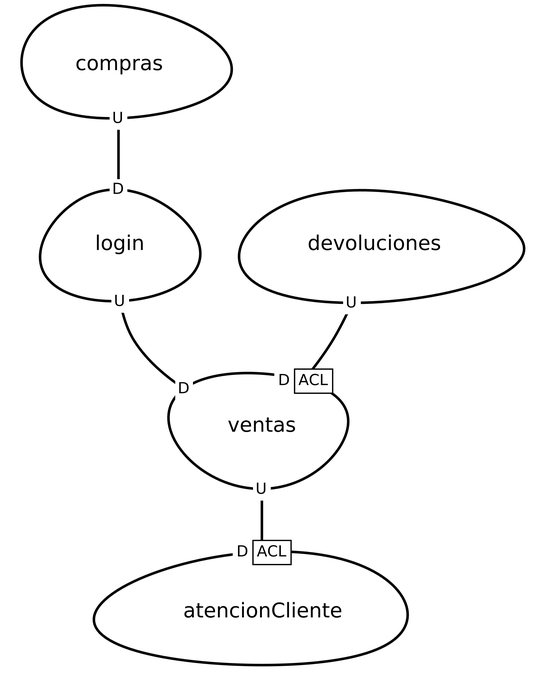
Jhonat20/LAB02_proyectoEcomerce_ContexMapper keeps this Graphviz diagram as src-gen/LAB02_proyectoEcomerce_ContexMapper_ContextMap.png. Above is the earlier version. Its source is kept beside it as src-gen/LAB02_proyectoEcomerce_ContexMapper_ContextMap.gv.
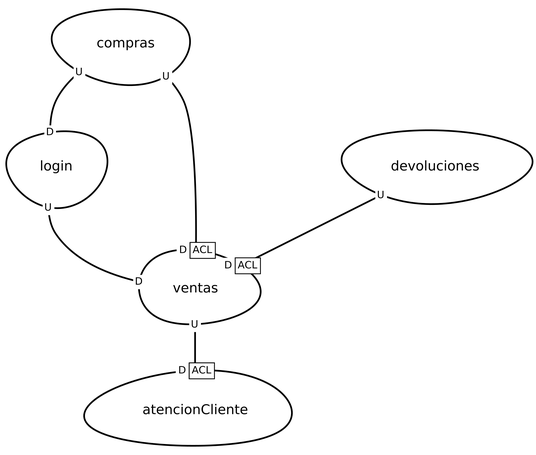
Later version of the same file.

Diff of the diagram source:
```diff
@@ -1,12 +1,17 @@
 digraph "ContextMapGraph" {
 graph ["imagepath"="/tmp/GraphvizJava"]
-"atencionCliente" ["margin"="0.3","orientation"="58","shape"="egg","fontsize"="16","style"="bold","label"="atencionCliente\n","fontname"="sans-serif"]
-"compras" ["margin"="0.3","orientation"="48","shape"="egg","fontsize"="16","style"="bold","label"="compras\n","fontname"="sans-serif"]
-"login" ["margin"="0.3","orientation"="140","shape"="egg","fontsize"="16","style"="bold","label"="login\n","fontname"="sans-serif"]
-"ventas" ["margin"="0.3","orientation"="287","shape"="egg","fontsize"="16","style"="bold","label"="ventas\n","fontname"="sans-serif"]
-"devoluciones" ["margin"="0.3","orientation"="243","shape"="egg","fontsize"="16","style"="bold","label"="devoluciones\n","fontname"="sans-serif"]
+"atencionCliente" ["margin"="0.3","orientation"="193","shape"="egg","fontsize"="16","style"="bold","label"="atencionCliente\n","fontname"="sans-serif"]
+"compras" ["margin"="0.3","orientation"="147","shape"="egg","fontsize"="16","style"="bold","label"="compras\n","fontname"="sans-serif"]
+"login" ["margin"="0.3","orientation"="200","shape"="egg","fontsize"="16","style"="bold","label"="login\n","fontname"="sans-serif"]
+"ventas" ["margin"="0.3","orientation"="42","shape"="egg","fontsize"="16","style"="bold","label"="ventas\n","fontname"="sans-serif"]
+"devoluciones" ["margin"="0.3","orientation"="287","shape"="egg","fontsize"="16","style"="bold","label"="devoluciones\n","fontname"="sans-serif"]
 "compras" -> "login" ["headlabel"=<<table cellspacing="0" cellborder="0" border="0">
 <tr><td bgcolor="white">D</td></tr>
+</table>>,"labeldistance"="0","fontsize"="12","taillabel"=<<table cellspacing="0" cellborder="0" border="0">
+<tr><td bgcolor="white">U</td></tr>
+</table>>,"style"="bold","label"="                                        ","dir"="none","fontname"="sans-serif"]
+"compras" -> "ventas" ["headlabel"=<<table cellspacing="0" cellborder="1" border="0">
+<tr><td bgcolor="white" sides="r">D</td><td sides="trbl" bgcolor="white"><font>ACL</font></td></tr>
 </table>>,"labeldistance"="0","fontsize"="12","taillabel"=<<table cellspacing="0" cellborder="0" border="0">
 <tr><td bgcolor="white">U</td></tr>
 </table>>,"style"="bold","label"="                                        ","dir"="none","fontname"="sans-serif"]
```
